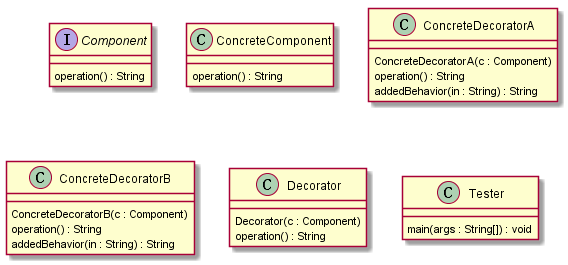
The PlantUML diagram test.png in SamJaylnn/UML-Parser, before a commit.
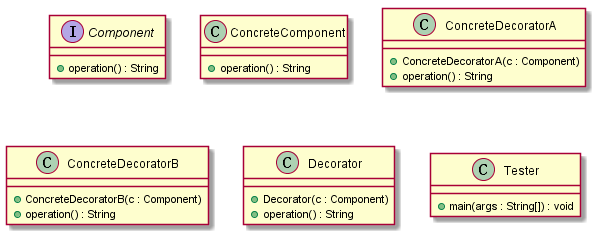
After the change.

What changed in the source:
```diff
@@ -1,20 +1,18 @@
 @startuml
 interface Component
-Component : operation() : String
+Component : +operation() : String
 class ConcreteComponent
-ConcreteComponent : operation() : String
+ConcreteComponent : +operation() : String
 class ConcreteDecoratorA
-ConcreteDecoratorA : ConcreteDecoratorA(c : Component)
-ConcreteDecoratorA : operation() : String
-ConcreteDecoratorA : addedBehavior(in : String) : String
+ConcreteDecoratorA : +ConcreteDecoratorA(c : Component)
+ConcreteDecoratorA : +operation() : String
 class ConcreteDecoratorB
-ConcreteDecoratorB : ConcreteDecoratorB(c : Component)
-ConcreteDecoratorB : operation() : String
-ConcreteDecoratorB : addedBehavior(in : String) : String
+ConcreteDecoratorB : +ConcreteDecoratorB(c : Component)
+ConcreteDecoratorB : +operation() : String
 class Decorator
-Decorator : Decorator(c : Component)
-Decorator : operation() : String
+Decorator : +Decorator(c : Component)
+Decorator : +operation() : String
 class Tester
-Tester : main(args : String[]) : void
+Tester : +main(args : String[]) : void
 
 @enduml
```
